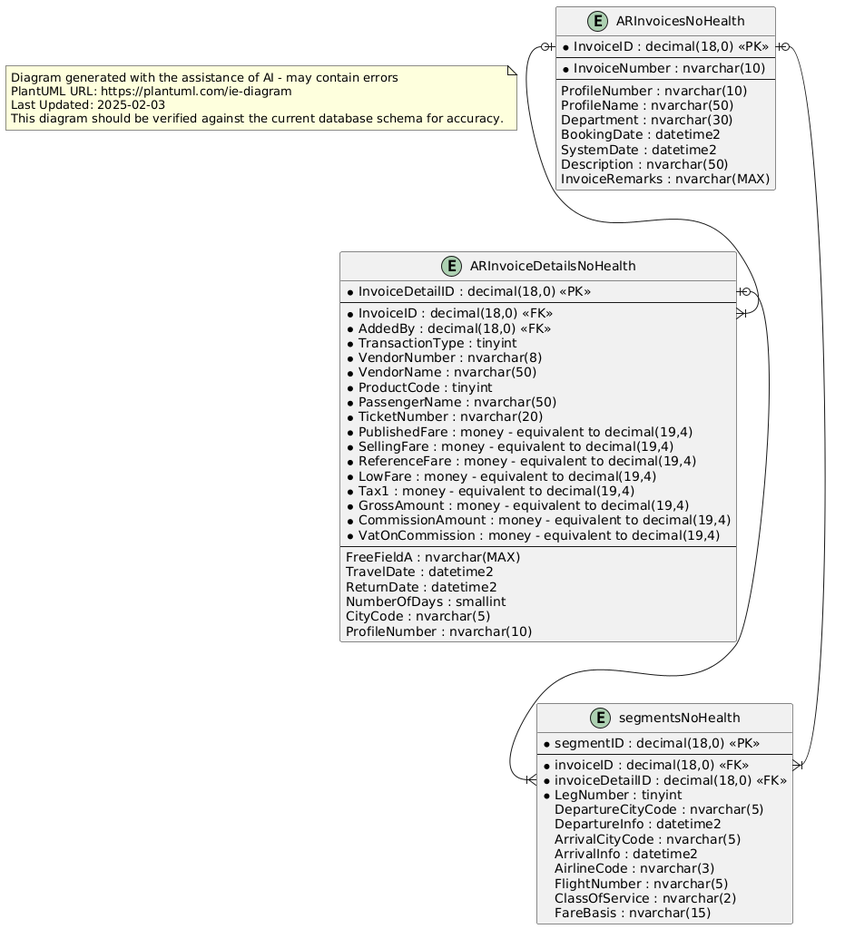
Above: api/src/integrations/trav-com-integration/_Design/Entity Relationship Diagram.png in icefoganalytics/travel-authorization (PlantUML), before the change. Source of this version:
```plantuml
@startuml
top to bottom direction

note as Disclaimer
Diagram generated with the assistance of AI - may contain errors
PlantUML URL: https://plantuml.com/ie-diagram
Last Updated: 2025-02-03
This diagram should be verified against the current database schema for accuracy.
end note

entity "ARInvoicesNoHealth" {
  * InvoiceID : decimal(18,0) <<PK>>
  --
  * InvoiceNumber : nvarchar(10)
  --
  ProfileNumber : nvarchar(10)
  ProfileName : nvarchar(50)
  Department : nvarchar(30)
  BookingDate : datetime2
  SystemDate : datetime2
  Description : nvarchar(50)
  InvoiceRemarks : nvarchar(MAX)
}

entity "ARInvoiceDetailsNoHealth" {
  * InvoiceDetailID : decimal(18,0) <<PK>>
  --
  * InvoiceID : decimal(18,0) <<FK>>
  * AddedBy : decimal(18,0) <<FK>>
  * TransactionType : tinyint
  * VendorNumber : nvarchar(8)
  * VendorName : nvarchar(50)
  * ProductCode : tinyint
  * PassengerName : nvarchar(50)
  * TicketNumber : nvarchar(20)
  * PublishedFare : money - equivalent to decimal(19,4)
  * SellingFare : money - equivalent to decimal(19,4)
  * ReferenceFare : money - equivalent to decimal(19,4)
  * LowFare : money - equivalent to decimal(19,4)
  * Tax1 : money - equivalent to decimal(19,4)
  * GrossAmount : money - equivalent to decimal(19,4)
  * CommissionAmount : money - equivalent to decimal(19,4)
  * VatOnCommission : money - equivalent to decimal(19,4)
  --
  FreeFieldA : nvarchar(MAX)
  TravelDate : datetime2
  ReturnDate : datetime2
  NumberOfDays : smallint
  CityCode : nvarchar(5)
  ProfileNumber : nvarchar(10)
}

entity "segmentsNoHealth" {
  * segmentID : decimal(18,0) <<PK>>
  --
  * invoiceID : decimal(18,0) <<FK>>
  * invoiceDetailID : decimal(18,0) <<FK>>
  * LegNumber : tinyint
  DepartureCityCode : nvarchar(5)
  DepartureInfo : datetime2
  ArrivalCityCode : nvarchar(5)
  ArrivalInfo : datetime2
  AirlineCode : nvarchar(3)
  FlightNumber : nvarchar(5)
  ClassOfService : nvarchar(2)
  FareBasis : nvarchar(15)
}

ARInvoicesNoHealth::InvoiceID |o--|{ ARInvoiceDetailsNoHealth::InvoiceID
ARInvoicesNoHealth::InvoiceID |o--|{ segmentsNoHealth::invoiceID
ARInvoiceDetailsNoHealth::InvoiceDetailID |o--|{ segmentsNoHealth::invoiceDetailID
@enduml
```
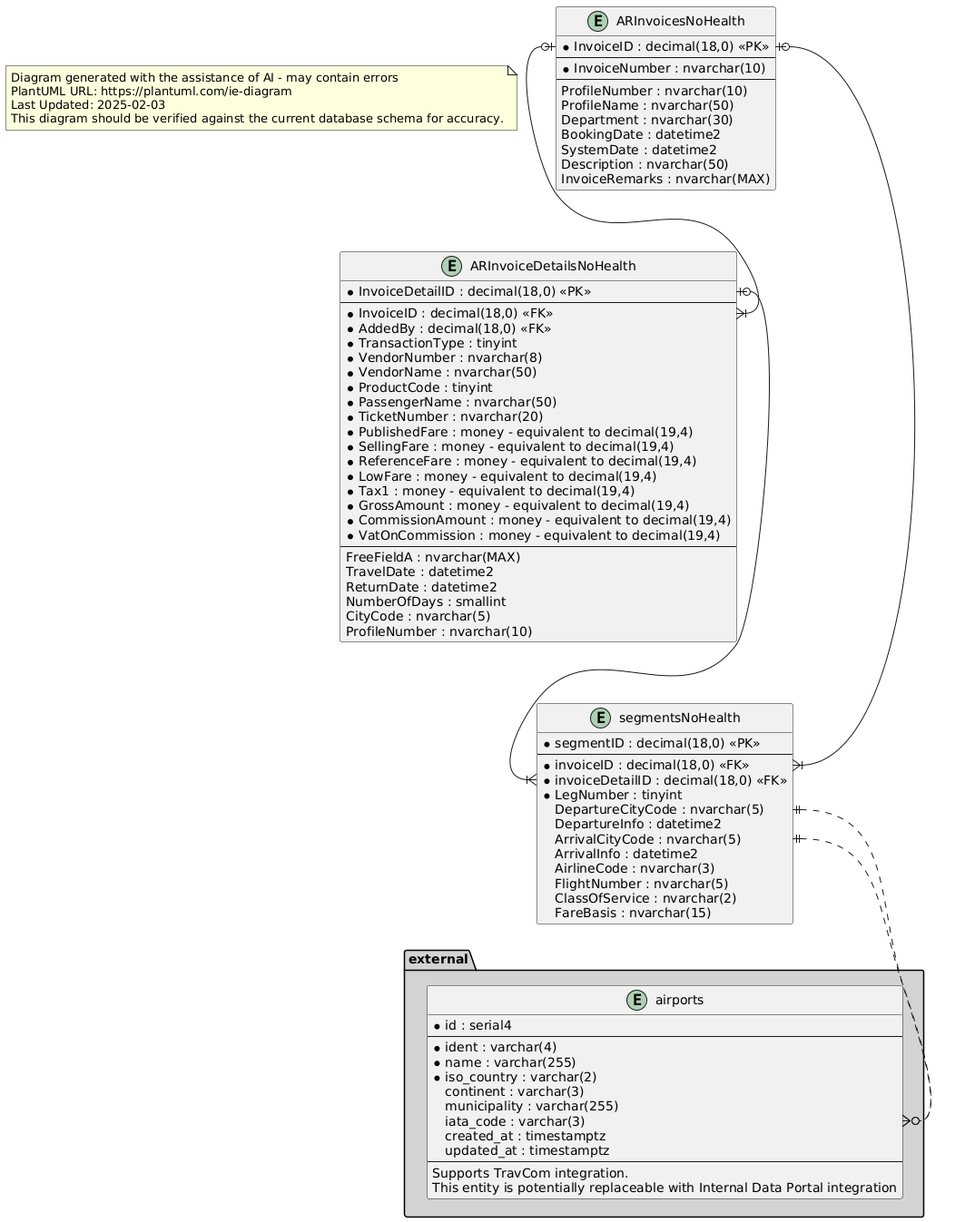
After the commit.

Commit message:
:tophat: Update entity relationship diagram to include airports for TravCom integration.

Diff of the diagram source:
```diff
@@ -1,4 +1,4 @@
-@startuml
+@startuml Entity Relationship Diagram
 top to bottom direction
 
 note as Disclaimer
@@ -7,6 +7,24 @@
 Last Updated: 2025-02-03
 This diagram should be verified against the current database schema for accuracy.
 end note
+
+namespace external #LightGrey {
+  entity "airports" {
+    * id : serial4
+    --
+    * ident : varchar(4)
+    * name : varchar(255)
+    * iso_country : varchar(2)
+    continent : varchar(3)
+    municipality : varchar(255)
+    iata_code : varchar(3)
+    created_at : timestamptz
+    updated_at : timestamptz
+    --
+    Supports TravCom integration.
+    This entity is potentially replaceable with Internal Data Portal integration
+  }
+}
 
 entity "ARInvoicesNoHealth" {
   * InvoiceID : decimal(18,0) <<PK>>
@@ -69,4 +87,6 @@
 ARInvoicesNoHealth::InvoiceID |o--|{ ARInvoiceDetailsNoHealth::InvoiceID
 ARInvoicesNoHealth::InvoiceID |o--|{ segmentsNoHealth::invoiceID
 ARInvoiceDetailsNoHealth::InvoiceDetailID |o--|{ segmentsNoHealth::invoiceDetailID
+segmentsNoHealth::ArrivalCityCode ||..o{ airports::iata_code
+segmentsNoHealth::DepartureCityCode ||..o{ airports::iata_code
 @enduml
```
